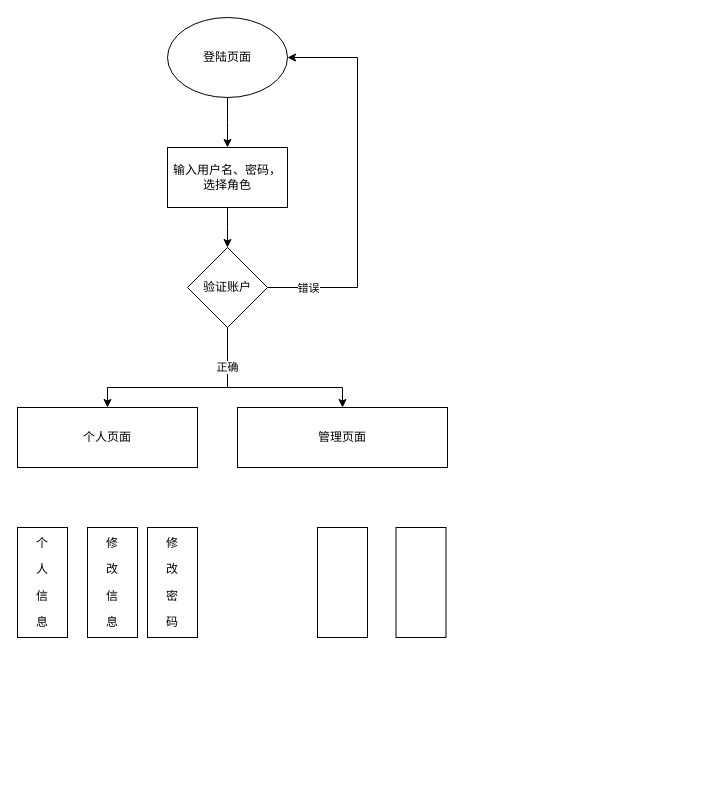
Before: Untitled Diagram.drawio in Higgins995/The-Photos-of-Blog, a draw.io diagram. Source tidied: cells renumbered, new cells numbered last; positions are measured from the earlier drawing's top-left corner, leaving out a move shared by most shapes. Both pictures are drawn from the tidied source at 100%, with x=0, y=0 at pixel (17, 17).
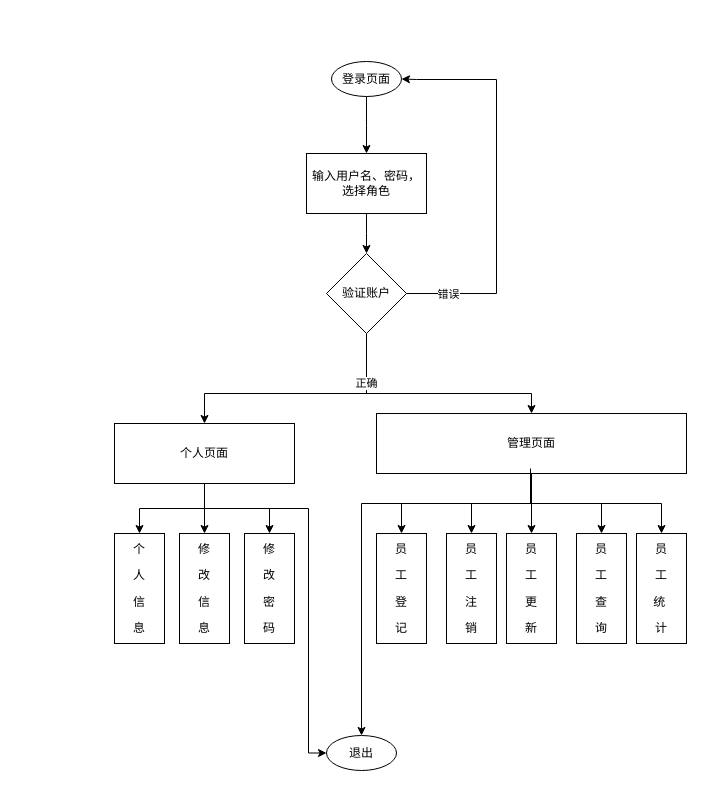
Above is the later version.

Diff of the diagram source:
```diff
@@
-    <mxCell id="2" style="edgeStyle=elbowEdgeStyle;rounded=0;jettySize=auto;elbow=vertical;html=1;entryX=0.5;entryY=0;entryDx=0;entryDy=0;" parent="1" edge="1" source="3" target="5">
+    <mxCell id="2" style="edgeStyle=elbowEdgeStyle;rounded=0;jettySize=auto;elbow=vertical;html=1;entryX=0.5;entryY=0;entryDx=0;entryDy=0;exitX=0.5;exitY=1;exitDx=0;exitDy=0;" parent="1" edge="1" source="33" target="5">
       <mxGeometry relative="1" as="geometry" />
     </mxCell>
-    <mxCell id="3" value="登陆页面" style="ellipse;whiteSpace=wrap;html=1;" parent="1" vertex="1">
-      <mxGeometry x="150" width="120" height="80" as="geometry" />
-    </mxCell>
@@
     <mxCell id="5" value="输入用户名、密码，选择角色" style="rounded=0;whiteSpace=wrap;html=1;" parent="1" vertex="1">
-      <mxGeometry x="150" y="130" width="120" height="60" as="geometry" />
+      <mxGeometry x="289" y="136" width="120" height="60" as="geometry" />
     </mxCell>
-    <mxCell id="6" style="edgeStyle=orthogonalEdgeStyle;rounded=0;jettySize=auto;html=1;entryX=1;entryY=0.5;entryDx=0;entryDy=0;" parent="1" edge="1" source="9" target="3">
+    <mxCell id="6" style="edgeStyle=orthogonalEdgeStyle;rounded=0;jettySize=auto;html=1;entryX=1;entryY=0.5;entryDx=0;entryDy=0;" parent="1" edge="1" source="9" target="33">
       <mxGeometry relative="1" as="geometry">
         <Array as="points">
-          <mxPoint x="340" y="270" />
-          <mxPoint x="340" y="40" />
+          <mxPoint x="479" y="276" />
+          <mxPoint x="479" y="62" />
+          <mxPoint x="399" y="62" />
         </Array>
       </mxGeometry>
     </mxCell>
@@
     <mxCell id="8" style="rounded=0;jettySize=auto;html=1;entryX=0.5;entryY=0;entryDx=0;entryDy=0;exitX=0.5;exitY=1;exitDx=0;exitDy=0;edgeStyle=elbowEdgeStyle;elbow=vertical;" parent="1" edge="1" target="11">
       <mxGeometry relative="1" as="geometry">
-        <mxPoint x="210" y="350" as="sourcePoint" />
+        <mxPoint x="349" y="356" as="sourcePoint" />
       </mxGeometry>
     </mxCell>
     <mxCell id="9" value="验证账户" style="rhombus;whiteSpace=wrap;html=1;" parent="1" vertex="1">
-      <mxGeometry x="170" y="230" width="80" height="80" as="geometry" />
+      <mxGeometry x="309" y="236" width="80" height="80" as="geometry" />
     </mxCell>
     <mxCell id="10" value="个人页面" style="rounded=0;whiteSpace=wrap;html=1;" parent="1" vertex="1">
-      <mxGeometry y="390" width="180" height="60" as="geometry" />
+      <mxGeometry x="97" y="406" width="180" height="60" as="geometry" />
     </mxCell>
+    <mxCell id="19" style="edgeStyle=elbowEdgeStyle;rounded=0;jettySize=auto;elbow=vertical;html=1;fontSize=12;" parent="1" edge="1" source="11" target="20">
+      <mxGeometry relative="1" as="geometry" />
+    </mxCell>
     <mxCell id="11" value="管理页面" style="rounded=0;whiteSpace=wrap;html=1;" parent="1" vertex="1">
-      <mxGeometry x="220" y="390" width="210" height="60" as="geometry" />
+      <mxGeometry x="359" y="396" width="310" height="60" as="geometry" />
     </mxCell>
     <mxCell id="12" value="&lt;p style=&quot;font-size: 12px&quot;&gt;个&lt;/p&gt;&lt;p style=&quot;font-size: 12px&quot;&gt;人&lt;/p&gt;&lt;p style=&quot;font-size: 12px&quot;&gt;信&lt;/p&gt;&lt;p style=&quot;font-size: 12px&quot;&gt;息&lt;/p&gt;" style="rounded=0;html=1;labelPosition=center;verticalLabelPosition=middle;align=center;verticalAlign=middle;direction=east;flipH=1;flipV=1;fontSize=12;horizontal=1;whiteSpace=wrap;" parent="1" vertex="1">
-      <mxGeometry y="510" width="50" height="110" as="geometry" />
+      <mxGeometry x="97" y="516" width="50" height="110" as="geometry" />
     </mxCell>
     <mxCell id="13" value="&lt;p&gt;修&lt;/p&gt;&lt;p&gt;改&lt;/p&gt;&lt;p&gt;信&lt;/p&gt;&lt;p&gt;息&lt;/p&gt;" style="rounded=0;whiteSpace=wrap;html=1;" parent="1" vertex="1">
-      <mxGeometry x="70" y="510" width="50" height="110" as="geometry" />
+      <mxGeometry x="162" y="516" width="50" height="110" as="geometry" />
     </mxCell>
     <mxCell id="14" value="&lt;p&gt;修&lt;/p&gt;&lt;p&gt;改&lt;/p&gt;&lt;p&gt;密&lt;/p&gt;&lt;p&gt;码&lt;/p&gt;" style="rounded=0;whiteSpace=wrap;html=1;" parent="1" vertex="1">
-      <mxGeometry x="130" y="510" width="50" height="110" as="geometry" />
+      <mxGeometry x="227" y="516" width="50" height="110" as="geometry" />
     </mxCell>
-    <mxCell id="15" value="&lt;p&gt;&lt;br&gt;&lt;/p&gt;" style="rounded=0;whiteSpace=wrap;html=1;" parent="1" vertex="1">
-      <mxGeometry x="378.5" y="510" width="50" height="110" as="geometry" />
+    <mxCell id="15" value="&lt;p&gt;员&lt;/p&gt;&lt;p&gt;工&lt;/p&gt;&lt;p&gt;注&lt;/p&gt;&lt;p&gt;销&lt;/p&gt;" style="rounded=0;whiteSpace=wrap;html=1;" parent="1" vertex="1">
+      <mxGeometry x="429" y="516" width="50" height="110" as="geometry" />
     </mxCell>
-    <mxCell id="16" value="&lt;p&gt;&lt;br&gt;&lt;/p&gt;" style="rounded=0;whiteSpace=wrap;html=1;" parent="1" vertex="1">
-      <mxGeometry x="300" y="510" width="50" height="110" as="geometry" />
+    <mxCell id="16" value="&lt;p&gt;员&lt;/p&gt;&lt;p&gt;工&lt;/p&gt;&lt;p&gt;登&lt;/p&gt;&lt;p&gt;记&lt;/p&gt;" style="rounded=0;whiteSpace=wrap;html=1;" parent="1" vertex="1">
+      <mxGeometry x="359" y="516" width="50" height="110" as="geometry" />
     </mxCell>
     <mxCell id="17" style="rounded=0;jettySize=auto;html=1;entryX=0.5;entryY=0;entryDx=0;entryDy=0;exitX=0.5;exitY=1;exitDx=0;exitDy=0;edgeStyle=elbowEdgeStyle;elbow=vertical;" parent="1" edge="1" source="9" target="10">
       <mxGeometry relative="1" as="geometry">
         <Array as="points">
-          <mxPoint x="160" y="370" />
+          <mxPoint x="299" y="376" />
         </Array>
       </mxGeometry>
     </mxCell>
@@
+    <mxCell id="20" value="&lt;p&gt;员&lt;/p&gt;&lt;p&gt;工&lt;/p&gt;&lt;p&gt;更&lt;/p&gt;&lt;p&gt;新&lt;/p&gt;" style="rounded=0;whiteSpace=wrap;html=1;" parent="1" vertex="1">
+      <mxGeometry x="489" y="516" width="50" height="110" as="geometry" />
+    </mxCell>
+    <mxCell id="21" value="&lt;p&gt;员&lt;/p&gt;&lt;p&gt;工&lt;/p&gt;&lt;p&gt;查&lt;/p&gt;&lt;p&gt;询&lt;/p&gt;" style="rounded=0;whiteSpace=wrap;html=1;" parent="1" vertex="1">
+      <mxGeometry x="559" y="516" width="50" height="110" as="geometry" />
+    </mxCell>
+    <mxCell id="22" value="&lt;p&gt;员&lt;/p&gt;&lt;p&gt;工&lt;/p&gt;&lt;p&gt;统&amp;nbsp;&lt;/p&gt;&lt;p&gt;计&lt;/p&gt;" style="rounded=0;whiteSpace=wrap;html=1;" parent="1" vertex="1">
+      <mxGeometry x="619" y="516" width="50" height="110" as="geometry" />
+    </mxCell>
+    <mxCell id="23" style="edgeStyle=elbowEdgeStyle;rounded=0;jettySize=auto;elbow=vertical;html=1;exitX=0.5;exitY=1;exitDx=0;exitDy=0;fontSize=12;entryX=0.5;entryY=0;entryDx=0;entryDy=0;" parent="1" edge="1" source="10" target="13">
+      <mxGeometry relative="1" as="geometry" />
+    </mxCell>
+    <mxCell id="24" style="edgeStyle=elbowEdgeStyle;rounded=0;jettySize=auto;elbow=vertical;html=1;exitX=0.5;exitY=1;exitDx=0;exitDy=0;fontSize=12;entryX=0.5;entryY=0;entryDx=0;entryDy=0;" parent="1" edge="1" source="10" target="14">
+      <mxGeometry relative="1" as="geometry">
+        <Array as="points">
+          <mxPoint x="219" y="491" />
+        </Array>
+      </mxGeometry>
+    </mxCell>
+    <mxCell id="25" style="edgeStyle=elbowEdgeStyle;rounded=0;jettySize=auto;elbow=vertical;html=1;exitX=0.5;exitY=1;exitDx=0;exitDy=0;fontSize=12;entryX=0.5;entryY=0;entryDx=0;entryDy=0;" parent="1" edge="1" source="10" target="12">
+      <mxGeometry relative="1" as="geometry" />
+    </mxCell>
+    <mxCell id="26" style="edgeStyle=elbowEdgeStyle;rounded=0;jettySize=auto;elbow=vertical;html=1;fontSize=12;entryX=0.5;entryY=0;entryDx=0;entryDy=0;" parent="1" edge="1" target="22">
+      <mxGeometry relative="1" as="geometry">
+        <mxPoint x="514" y="457" as="sourcePoint" />
+        <Array as="points">
+          <mxPoint x="533" y="486" />
+          <mxPoint x="533" y="485" />
+          <mxPoint x="499" y="479" />
+          <mxPoint x="514" y="471" />
+          <mxPoint x="513" y="476" />
+          <mxPoint x="514" y="468" />
+          <mxPoint x="515" y="468" />
+          <mxPoint x="514" y="462" />
+          <mxPoint x="521" y="472" />
+        </Array>
+      </mxGeometry>
+    </mxCell>
+    <mxCell id="27" style="edgeStyle=elbowEdgeStyle;rounded=0;jettySize=auto;elbow=vertical;html=1;fontSize=12;entryX=0.5;entryY=0;entryDx=0;entryDy=0;exitX=0.5;exitY=1;exitDx=0;exitDy=0;" parent="1" edge="1" source="11" target="21">
+      <mxGeometry relative="1" as="geometry">
+        <Array as="points">
+          <mxPoint x="525" y="486" />
+          <mxPoint x="545" y="484" />
+          <mxPoint x="547" y="488" />
+          <mxPoint x="519" y="481" />
+          <mxPoint x="521" y="465" />
+        </Array>
+      </mxGeometry>
+    </mxCell>
+    <mxCell id="28" style="edgeStyle=elbowEdgeStyle;rounded=0;jettySize=auto;elbow=vertical;html=1;fontSize=12;entryX=0.5;entryY=0;entryDx=0;entryDy=0;" parent="1" edge="1" target="16">
+      <mxGeometry relative="1" as="geometry">
+        <mxPoint x="514" y="458" as="sourcePoint" />
+        <Array as="points">
+          <mxPoint x="403" y="486" />
+          <mxPoint x="401" y="485" />
+          <mxPoint x="525" y="463" />
+          <mxPoint x="480" y="486" />
+          <mxPoint x="471" y="484" />
+          <mxPoint x="475" y="487" />
+          <mxPoint x="443" y="485" />
+          <mxPoint x="429" y="487" />
+          <mxPoint x="439" y="484" />
+          <mxPoint x="491" y="487" />
+          <mxPoint x="497" y="496" />
+        </Array>
+      </mxGeometry>
+    </mxCell>
+    <mxCell id="29" style="edgeStyle=orthogonalEdgeStyle;rounded=0;jettySize=auto;elbow=vertical;html=1;fontSize=12;entryX=0;entryY=0.5;entryDx=0;entryDy=0;" parent="1" edge="1" target="32">
+      <mxGeometry relative="1" as="geometry">
+        <mxPoint x="187" y="466" as="sourcePoint" />
+        <Array as="points">
+          <mxPoint x="187" y="491" />
+          <mxPoint x="291" y="491" />
+          <mxPoint x="291" y="735" />
+          <mxPoint x="309" y="735" />
+        </Array>
+      </mxGeometry>
+    </mxCell>
+    <mxCell id="30" style="edgeStyle=elbowEdgeStyle;rounded=0;jettySize=auto;elbow=vertical;html=1;fontSize=12;entryX=0.5;entryY=0;entryDx=0;entryDy=0;" parent="1" edge="1" target="15">
+      <mxGeometry relative="1" as="geometry">
+        <mxPoint x="514" y="459" as="sourcePoint" />
+        <Array as="points">
+          <mxPoint x="512" y="486" />
+          <mxPoint x="490" y="496" />
+          <mxPoint x="481" y="494" />
+          <mxPoint x="485" y="497" />
+          <mxPoint x="453" y="495" />
+          <mxPoint x="439" y="497" />
+          <mxPoint x="449" y="494" />
+          <mxPoint x="501" y="497" />
+          <mxPoint x="507" y="506" />
+        </Array>
+      </mxGeometry>
+    </mxCell>
+    <mxCell id="31" style="edgeStyle=elbowEdgeStyle;rounded=0;jettySize=auto;elbow=vertical;html=1;fontSize=12;entryX=0.5;entryY=0;entryDx=0;entryDy=0;" parent="1" edge="1" target="32">
+      <mxGeometry relative="1" as="geometry">
+        <mxPoint x="513" y="451" as="sourcePoint" />
+        <Array as="points">
+          <mxPoint x="412" y="486" />
+          <mxPoint x="410" y="485" />
+          <mxPoint x="534" y="463" />
+          <mxPoint x="489" y="486" />
+          <mxPoint x="480" y="484" />
+          <mxPoint x="484" y="487" />
+          <mxPoint x="452" y="485" />
+          <mxPoint x="438" y="487" />
+          <mxPoint x="448" y="484" />
+          <mxPoint x="500" y="487" />
+          <mxPoint x="506" y="496" />
+        </Array>
+      </mxGeometry>
+    </mxCell>
+    <mxCell id="32" value="退出" style="ellipse;whiteSpace=wrap;html=1;fontSize=12;" parent="1" vertex="1">
+      <mxGeometry x="309" y="718" width="70" height="35" as="geometry" />
+    </mxCell>
+    <mxCell id="33" value="登录页面" style="ellipse;whiteSpace=wrap;html=1;fontSize=12;" parent="1" vertex="1">
+      <mxGeometry x="314" y="44" width="70" height="35" as="geometry" />
+    </mxCell>
```
